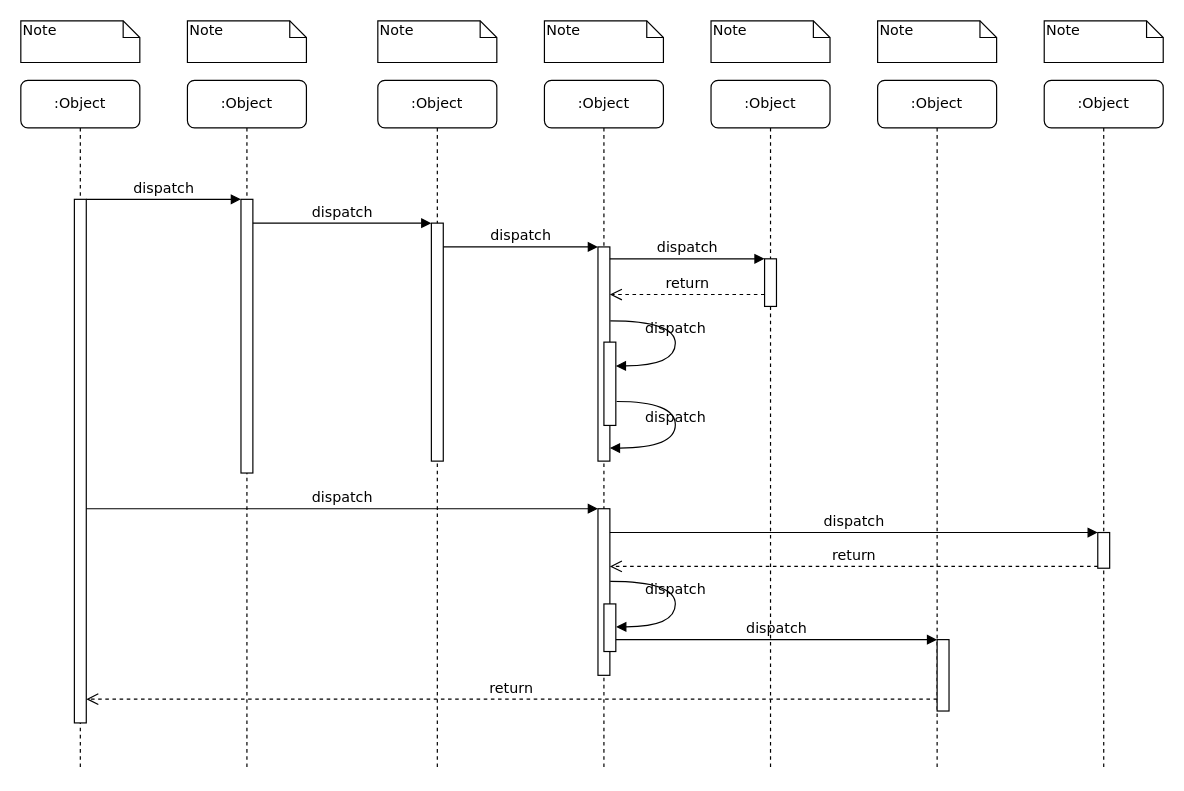
Above: draw_io/amt-dsl-usecase001-sequence.drawio in developer-max-mule/developer-max-mule (draw.io), before the change. Source tidied: cells renumbered, new cells numbered last; positions are measured from the earlier drawing's top-left corner, leaving out a move shared by most shapes. Both pictures are drawn from the tidied source at 119%, with x=0, y=0 at pixel (20, 20).
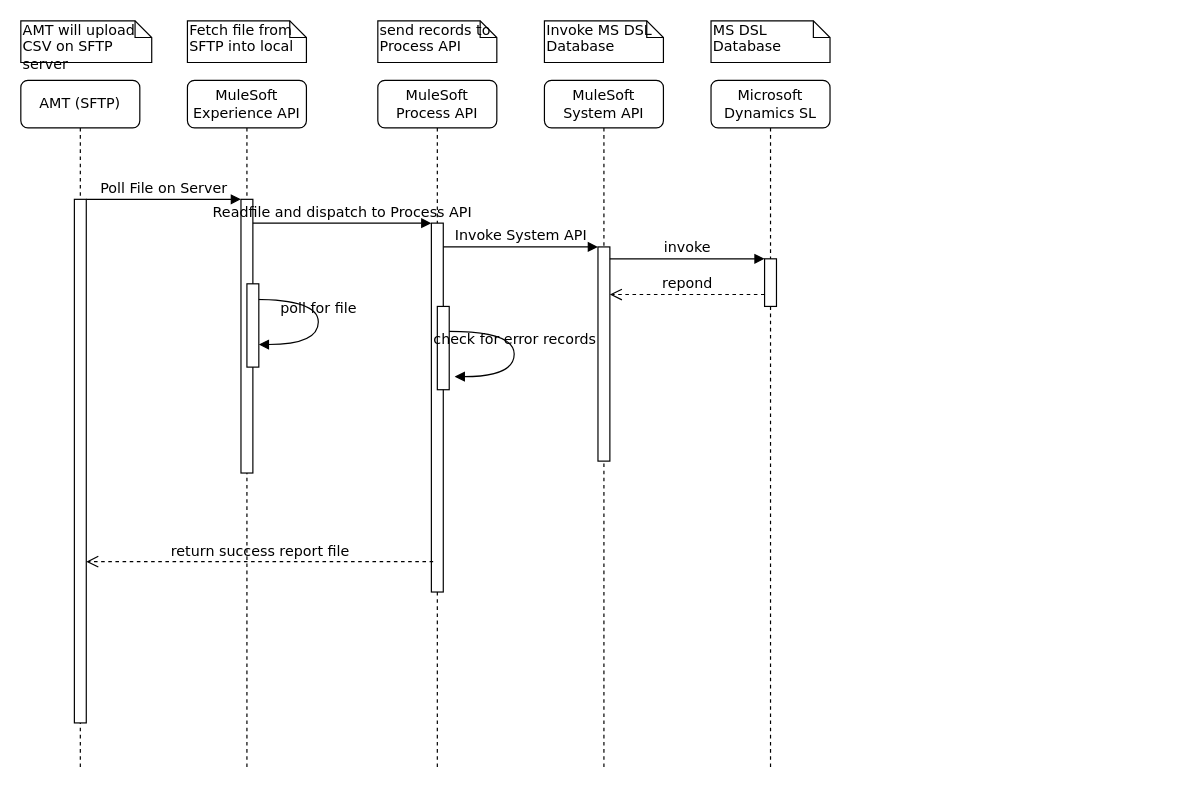
Above is the later version.

The change refers to these unchanged cells:
```xml
<mxCell id="3" style="html=1;points=[];perimeter=orthogonalPerimeter;rounded=0;shadow=0;comic=0;labelBackgroundColor=none;strokeWidth=1;fontFamily=Verdana;fontSize=12;align=center;" parent="2" vertex="1">
  <mxGeometry x="45" y="100" width="10" height="230" as="geometry" />
</mxCell>
<mxCell id="11" style="html=1;points=[];perimeter=orthogonalPerimeter;rounded=0;shadow=0;comic=0;labelBackgroundColor=none;strokeWidth=1;fontFamily=Verdana;fontSize=12;align=center;" parent="10" vertex="1">
  <mxGeometry x="45" y="100" width="10" height="440" as="geometry" />
</mxCell>
<mxCell id="12" style="html=1;points=[];perimeter=orthogonalPerimeter;rounded=0;shadow=0;comic=0;labelBackgroundColor=none;strokeWidth=1;fontFamily=Verdana;fontSize=12;align=center;" parent="1" vertex="1">
  <mxGeometry x="485" y="190" width="10" height="180" as="geometry" />
</mxCell>
<mxCell id="14" style="html=1;points=[];perimeter=orthogonalPerimeter;rounded=0;shadow=0;comic=0;labelBackgroundColor=none;strokeWidth=1;fontFamily=Verdana;fontSize=12;align=center;" parent="1" vertex="1">
  <mxGeometry x="625" y="200" width="10" height="40" as="geometry" />
</mxCell>
```

Diff of the diagram source:
```diff
@@
-    <mxCell id="2" value=":Object" style="shape=umlLifeline;perimeter=lifelinePerimeter;whiteSpace=wrap;html=1;rounded=1;shadow=0;comic=0;labelBackgroundColor=none;strokeWidth=1;fontFamily=Verdana;fontSize=12;align=center;" parent="1" vertex="1">
+    <mxCell id="2" value="MuleSoft Experience API" style="shape=umlLifeline;perimeter=lifelinePerimeter;whiteSpace=wrap;html=1;rounded=1;shadow=0;comic=0;labelBackgroundColor=none;strokeWidth=1;fontFamily=Verdana;fontSize=12;align=center;" parent="1" vertex="1">
       <mxGeometry x="140" y="50" width="100" height="580" as="geometry" />
     </mxCell>
@@
-    <mxCell id="4" value=":Object" style="shape=umlLifeline;perimeter=lifelinePerimeter;whiteSpace=wrap;html=1;rounded=1;shadow=0;comic=0;labelBackgroundColor=none;strokeWidth=1;fontFamily=Verdana;fontSize=12;align=center;" parent="1" vertex="1">
+    <mxCell id="4" value="MuleSoft Process API" style="shape=umlLifeline;perimeter=lifelinePerimeter;whiteSpace=wrap;html=1;rounded=1;shadow=0;comic=0;labelBackgroundColor=none;strokeWidth=1;fontFamily=Verdana;fontSize=12;align=center;" parent="1" vertex="1">
       <mxGeometry x="300" y="50" width="100" height="580" as="geometry" />
     </mxCell>
     <mxCell id="5" style="html=1;points=[];perimeter=orthogonalPerimeter;rounded=0;shadow=0;comic=0;labelBackgroundColor=none;strokeWidth=1;fontFamily=Verdana;fontSize=12;align=center;" parent="4" vertex="1">
-      <mxGeometry x="45" y="120" width="10" height="200" as="geometry" />
+      <mxGeometry x="45" y="120" width="10" height="310" as="geometry" />
     </mxCell>
-    <mxCell id="6" value=":Object" style="shape=umlLifeline;perimeter=lifelinePerimeter;whiteSpace=wrap;html=1;rounded=1;shadow=0;comic=0;labelBackgroundColor=none;strokeWidth=1;fontFamily=Verdana;fontSize=12;align=center;" parent="1" vertex="1">
+    <mxCell id="6" value="MuleSoft System API" style="shape=umlLifeline;perimeter=lifelinePerimeter;whiteSpace=wrap;html=1;rounded=1;shadow=0;comic=0;labelBackgroundColor=none;strokeWidth=1;fontFamily=Verdana;fontSize=12;align=center;" parent="1" vertex="1">
       <mxGeometry x="440" y="50" width="100" height="580" as="geometry" />
     </mxCell>
-    <mxCell id="7" value=":Object" style="shape=umlLifeline;perimeter=lifelinePerimeter;whiteSpace=wrap;html=1;rounded=1;shadow=0;comic=0;labelBackgroundColor=none;strokeWidth=1;fontFamily=Verdana;fontSize=12;align=center;" parent="1" vertex="1">
+    <mxCell id="7" value="Microsoft Dynamics SL" style="shape=umlLifeline;perimeter=lifelinePerimeter;whiteSpace=wrap;html=1;rounded=1;shadow=0;comic=0;labelBackgroundColor=none;strokeWidth=1;fontFamily=Verdana;fontSize=12;align=center;" parent="1" vertex="1">
       <mxGeometry x="580" y="50" width="100" height="580" as="geometry" />
     </mxCell>
-    <mxCell id="8" value=":Object" style="shape=umlLifeline;perimeter=lifelinePerimeter;whiteSpace=wrap;html=1;rounded=1;shadow=0;comic=0;labelBackgroundColor=none;strokeWidth=1;fontFamily=Verdana;fontSize=12;align=center;" parent="1" vertex="1">
-      <mxGeometry x="720" y="50" width="100" height="580" as="geometry" />
-    </mxCell>
-    <mxCell id="9" value=":Object" style="shape=umlLifeline;perimeter=lifelinePerimeter;whiteSpace=wrap;html=1;rounded=1;shadow=0;comic=0;labelBackgroundColor=none;strokeWidth=1;fontFamily=Verdana;fontSize=12;align=center;" parent="1" vertex="1">
-      <mxGeometry x="860" y="50" width="100" height="580" as="geometry" />
-    </mxCell>
-    <mxCell id="10" value=":Object" style="shape=umlLifeline;perimeter=lifelinePerimeter;whiteSpace=wrap;html=1;rounded=1;shadow=0;comic=0;labelBackgroundColor=none;strokeWidth=1;fontFamily=Verdana;fontSize=12;align=center;" parent="1" vertex="1">
+    <mxCell id="10" value="AMT (SFTP)" style="shape=umlLifeline;perimeter=lifelinePerimeter;whiteSpace=wrap;html=1;rounded=1;shadow=0;comic=0;labelBackgroundColor=none;strokeWidth=1;fontFamily=Verdana;fontSize=12;align=center;" parent="1" vertex="1">
       <mxGeometry y="50" width="100" height="580" as="geometry" />
     </mxCell>
@@
-    <mxCell id="13" value="dispatch" style="html=1;verticalAlign=bottom;endArrow=block;labelBackgroundColor=none;fontFamily=Verdana;fontSize=12;edgeStyle=elbowEdgeStyle;elbow=vertical;" parent="1" edge="1" source="5" target="12">
+    <mxCell id="13" value="Invoke System API" style="html=1;verticalAlign=bottom;endArrow=block;labelBackgroundColor=none;fontFamily=Verdana;fontSize=12;edgeStyle=elbowEdgeStyle;elbow=vertical;" parent="1" edge="1" source="5" target="12">
       <mxGeometry relative="1" as="geometry">
         <Array as="points">
           <mxPoint x="360" y="190" />
         </Array>
       </mxGeometry>
     </mxCell>
@@
-    <mxCell id="15" value="dispatch" style="html=1;verticalAlign=bottom;endArrow=block;entryX=0;entryY=0;labelBackgroundColor=none;fontFamily=Verdana;fontSize=12;edgeStyle=elbowEdgeStyle;elbow=vertical;" parent="1" edge="1" source="12" target="14">
+    <mxCell id="15" value="invoke" style="html=1;verticalAlign=bottom;endArrow=block;entryX=0;entryY=0;labelBackgroundColor=none;fontFamily=Verdana;fontSize=12;edgeStyle=elbowEdgeStyle;elbow=vertical;" parent="1" edge="1" source="12" target="14">
       <mxGeometry relative="1" as="geometry" />
     </mxCell>
-    <mxCell id="16" value="return" style="html=1;verticalAlign=bottom;endArrow=open;dashed=1;endSize=8;labelBackgroundColor=none;fontFamily=Verdana;fontSize=12;edgeStyle=elbowEdgeStyle;elbow=vertical;" parent="1" edge="1" source="14" target="12">
+    <mxCell id="16" value="repond" style="html=1;verticalAlign=bottom;endArrow=open;dashed=1;endSize=8;labelBackgroundColor=none;fontFamily=Verdana;fontSize=12;edgeStyle=elbowEdgeStyle;elbow=vertical;" parent="1" edge="1" source="14" target="12">
       <mxGeometry relative="1" as="geometry">
         <Array as="points">
           <mxPoint x="570" y="230" />
           <mxPoint x="600" y="230" />
         </Array>
       </mxGeometry>
     </mxCell>
-    <mxCell id="17" style="html=1;points=[];perimeter=orthogonalPerimeter;rounded=0;shadow=0;comic=0;labelBackgroundColor=none;strokeWidth=1;fontFamily=Verdana;fontSize=12;align=center;" parent="1" vertex="1">
-      <mxGeometry x="485" y="410" width="10" height="140" as="geometry" />
-    </mxCell>
-    <mxCell id="18" value="dispatch" style="html=1;verticalAlign=bottom;endArrow=block;entryX=0;entryY=0;labelBackgroundColor=none;fontFamily=Verdana;fontSize=12;" parent="1" edge="1" source="11" target="17">
-      <mxGeometry relative="1" as="geometry" />
-    </mxCell>
-    <mxCell id="19" style="html=1;points=[];perimeter=orthogonalPerimeter;rounded=0;shadow=0;comic=0;labelBackgroundColor=none;strokeColor=#000000;strokeWidth=1;fillColor=#FFFFFF;fontFamily=Verdana;fontSize=12;fontColor=#000000;align=center;" parent="1" vertex="1">
-      <mxGeometry x="905" y="430" width="10" height="30" as="geometry" />
-    </mxCell>
-    <mxCell id="20" value="dispatch" style="html=1;verticalAlign=bottom;endArrow=block;entryX=0;entryY=0;labelBackgroundColor=none;fontFamily=Verdana;fontSize=12;" parent="1" edge="1" source="17" target="19">
-      <mxGeometry relative="1" as="geometry" />
-    </mxCell>
-    <mxCell id="21" value="return" style="html=1;verticalAlign=bottom;endArrow=open;dashed=1;endSize=8;exitX=0;exitY=0.95;labelBackgroundColor=none;fontFamily=Verdana;fontSize=12;" parent="1" edge="1" source="19" target="17">
-      <mxGeometry relative="1" as="geometry" />
+    <mxCell id="21" value="return success report file" style="html=1;verticalAlign=bottom;endArrow=open;dashed=1;endSize=8;labelBackgroundColor=none;fontFamily=Verdana;fontSize=12;" parent="1" edge="1">
+      <mxGeometry relative="1" as="geometry">
+        <mxPoint x="346.5" y="454.5" as="sourcePoint" />
+        <mxPoint x="55" y="454.5" as="targetPoint" />
+      </mxGeometry>
     </mxCell>
-    <mxCell id="22" style="html=1;points=[];perimeter=orthogonalPerimeter;rounded=0;shadow=0;comic=0;labelBackgroundColor=none;strokeWidth=1;fontFamily=Verdana;fontSize=12;align=center;" parent="1" vertex="1">
-      <mxGeometry x="770" y="520" width="10" height="60" as="geometry" />
-    </mxCell>
-    <mxCell id="23" value="dispatch" style="html=1;verticalAlign=bottom;endArrow=block;entryX=0;entryY=0;labelBackgroundColor=none;fontFamily=Verdana;fontSize=12;edgeStyle=elbowEdgeStyle;elbow=vertical;" parent="1" edge="1" source="30" target="22">
-      <mxGeometry relative="1" as="geometry" />
-    </mxCell>
-    <mxCell id="24" value="return" style="html=1;verticalAlign=bottom;endArrow=open;dashed=1;endSize=8;labelBackgroundColor=none;fontFamily=Verdana;fontSize=12;edgeStyle=elbowEdgeStyle;elbow=vertical;" parent="1" edge="1" source="22" target="11">
-      <mxGeometry relative="1" as="geometry">
-        <Array as="points">
-          <mxPoint x="470" y="570" />
-        </Array>
-      </mxGeometry>
-    </mxCell>
-    <mxCell id="25" value="dispatch" style="html=1;verticalAlign=bottom;endArrow=block;entryX=0;entryY=0;labelBackgroundColor=none;fontFamily=Verdana;fontSize=12;edgeStyle=elbowEdgeStyle;elbow=vertical;" parent="1" edge="1" source="11" target="3">
+    <mxCell id="25" value="Poll File on Server" style="html=1;verticalAlign=bottom;endArrow=block;entryX=0;entryY=0;labelBackgroundColor=none;fontFamily=Verdana;fontSize=12;edgeStyle=elbowEdgeStyle;elbow=vertical;" parent="1" edge="1" source="11" target="3">
       <mxGeometry relative="1" as="geometry" />
     </mxCell>
-    <mxCell id="26" value="dispatch" style="html=1;verticalAlign=bottom;endArrow=block;entryX=0;entryY=0;labelBackgroundColor=none;fontFamily=Verdana;fontSize=12;edgeStyle=elbowEdgeStyle;elbow=vertical;" parent="1" edge="1" source="3" target="5">
+    <mxCell id="26" value="Readfile and dispatch to Process API" style="html=1;verticalAlign=bottom;endArrow=block;entryX=0;entryY=0;labelBackgroundColor=none;fontFamily=Verdana;fontSize=12;edgeStyle=elbowEdgeStyle;elbow=vertical;" parent="1" edge="1" source="3" target="5">
       <mxGeometry relative="1" as="geometry" />
     </mxCell>
     <mxCell id="27" style="html=1;points=[];perimeter=orthogonalPerimeter;rounded=0;shadow=0;comic=0;labelBackgroundColor=none;strokeWidth=1;fontFamily=Verdana;fontSize=12;align=center;" parent="1" vertex="1">
-      <mxGeometry x="490" y="270" width="10" height="70" as="geometry" />
+      <mxGeometry x="350" y="240" width="10" height="70" as="geometry" />
     </mxCell>
-    <mxCell id="28" value="dispatch" style="html=1;verticalAlign=bottom;endArrow=block;labelBackgroundColor=none;fontFamily=Verdana;fontSize=12;elbow=vertical;edgeStyle=orthogonalEdgeStyle;curved=1;entryX=1;entryY=0.286;entryPerimeter=0;exitX=1.038;exitY=0.345;exitPerimeter=0;" parent="1" edge="1" source="12" target="27">
+    <mxCell id="28" value="poll for file" style="html=1;verticalAlign=bottom;endArrow=block;labelBackgroundColor=none;fontFamily=Verdana;fontSize=12;elbow=vertical;edgeStyle=orthogonalEdgeStyle;curved=1;entryX=1;entryY=0.286;entryPerimeter=0;exitX=1.038;exitY=0.345;exitPerimeter=0;" parent="1" edge="1">
       <mxGeometry relative="1" as="geometry">
+        <mxPoint x="195.4" y="234.1" as="sourcePoint" />
+        <mxPoint x="200" y="272" as="targetPoint" />
         <Array as="points">
-          <mxPoint x="550" y="252" />
-          <mxPoint x="550" y="290" />
+          <mxPoint x="250" y="234" />
+          <mxPoint x="250" y="272" />
         </Array>
       </mxGeometry>
     </mxCell>
-    <mxCell id="29" value="dispatch" style="html=1;verticalAlign=bottom;endArrow=block;labelBackgroundColor=none;fontFamily=Verdana;fontSize=12;elbow=vertical;edgeStyle=orthogonalEdgeStyle;curved=1;exitX=1.066;exitY=0.713;exitPerimeter=0;" parent="1" edge="1" source="27">
-      <mxGeometry relative="1" as="geometry">
-        <mxPoint x="495" y="359" as="targetPoint" />
-        <Array as="points">
-          <mxPoint x="550" y="320" />
-          <mxPoint x="550" y="359" />
-        </Array>
-      </mxGeometry>
-    </mxCell>
-    <mxCell id="30" style="html=1;points=[];perimeter=orthogonalPerimeter;rounded=0;shadow=0;comic=0;labelBackgroundColor=none;strokeWidth=1;fontFamily=Verdana;fontSize=12;align=center;" parent="1" vertex="1">
-      <mxGeometry x="490" y="490" width="10" height="40" as="geometry" />
-    </mxCell>
-    <mxCell id="31" value="dispatch" style="html=1;verticalAlign=bottom;endArrow=block;labelBackgroundColor=none;fontFamily=Verdana;fontSize=12;elbow=vertical;edgeStyle=orthogonalEdgeStyle;curved=1;entryX=1;entryY=0.286;entryPerimeter=0;exitX=1.038;exitY=0.345;exitPerimeter=0;" parent="1" edge="1">
-      <mxGeometry relative="1" as="geometry">
-        <mxPoint x="495.3" y="471" as="sourcePoint" />
-        <mxPoint x="500.3" y="509.3" as="targetPoint" />
-        <Array as="points">
-          <mxPoint x="550" y="471" />
-          <mxPoint x="550" y="509" />
-        </Array>
-      </mxGeometry>
-    </mxCell>
-    <mxCell id="32" value="Note" style="shape=note;whiteSpace=wrap;html=1;size=14;verticalAlign=top;align=left;spacingTop=-6;rounded=0;shadow=0;comic=0;labelBackgroundColor=none;strokeWidth=1;fontFamily=Verdana;fontSize=12;" parent="1" vertex="1">
-      <mxGeometry width="100" height="35" as="geometry" />
+    <mxCell id="32" value="AMT will upload CSV on SFTP server" style="shape=note;whiteSpace=wrap;html=1;size=14;verticalAlign=top;align=left;spacingTop=-6;rounded=0;shadow=0;comic=0;labelBackgroundColor=none;strokeWidth=1;fontFamily=Verdana;fontSize=12;" parent="1" vertex="1">
+      <mxGeometry width="110" height="35" as="geometry" />
     </mxCell>
-    <mxCell id="33" value="Note" style="shape=note;whiteSpace=wrap;html=1;size=14;verticalAlign=top;align=left;spacingTop=-6;rounded=0;shadow=0;comic=0;labelBackgroundColor=none;strokeWidth=1;fontFamily=Verdana;fontSize=12;" parent="1" vertex="1">
+    <mxCell id="33" value="Fetch file from SFTP into local" style="shape=note;whiteSpace=wrap;html=1;size=14;verticalAlign=top;align=left;spacingTop=-6;rounded=0;shadow=0;comic=0;labelBackgroundColor=none;strokeWidth=1;fontFamily=Verdana;fontSize=12;" parent="1" vertex="1">
       <mxGeometry x="140" width="100" height="35" as="geometry" />
     </mxCell>
-    <mxCell id="34" value="Note" style="shape=note;whiteSpace=wrap;html=1;size=14;verticalAlign=top;align=left;spacingTop=-6;rounded=0;shadow=0;comic=0;labelBackgroundColor=none;strokeWidth=1;fontFamily=Verdana;fontSize=12;" parent="1" vertex="1">
+    <mxCell id="34" value="send records to Process API" style="shape=note;whiteSpace=wrap;html=1;size=14;verticalAlign=top;align=left;spacingTop=-6;rounded=0;shadow=0;comic=0;labelBackgroundColor=none;strokeWidth=1;fontFamily=Verdana;fontSize=12;" parent="1" vertex="1">
       <mxGeometry x="300" width="100" height="35" as="geometry" />
     </mxCell>
-    <mxCell id="35" value="Note" style="shape=note;whiteSpace=wrap;html=1;size=14;verticalAlign=top;align=left;spacingTop=-6;rounded=0;shadow=0;comic=0;labelBackgroundColor=none;strokeWidth=1;fontFamily=Verdana;fontSize=12;" parent="1" vertex="1">
+    <mxCell id="35" value="Invoke MS DSL Database" style="shape=note;whiteSpace=wrap;html=1;size=14;verticalAlign=top;align=left;spacingTop=-6;rounded=0;shadow=0;comic=0;labelBackgroundColor=none;strokeWidth=1;fontFamily=Verdana;fontSize=12;" parent="1" vertex="1">
       <mxGeometry x="440" width="100" height="35" as="geometry" />
     </mxCell>
-    <mxCell id="36" value="Note" style="shape=note;whiteSpace=wrap;html=1;size=14;verticalAlign=top;align=left;spacingTop=-6;rounded=0;shadow=0;comic=0;labelBackgroundColor=none;strokeWidth=1;fontFamily=Verdana;fontSize=12;" parent="1" vertex="1">
+    <mxCell id="36" value="MS DSL Database&amp;nbsp;" style="shape=note;whiteSpace=wrap;html=1;size=14;verticalAlign=top;align=left;spacingTop=-6;rounded=0;shadow=0;comic=0;labelBackgroundColor=none;strokeWidth=1;fontFamily=Verdana;fontSize=12;" parent="1" vertex="1">
       <mxGeometry x="580" width="100" height="35" as="geometry" />
     </mxCell>
-    <mxCell id="37" value="Note" style="shape=note;whiteSpace=wrap;html=1;size=14;verticalAlign=top;align=left;spacingTop=-6;rounded=0;shadow=0;comic=0;labelBackgroundColor=none;strokeWidth=1;fontFamily=Verdana;fontSize=12;" parent="1" vertex="1">
-      <mxGeometry x="720" width="100" height="35" as="geometry" />
-    </mxCell>
-    <mxCell id="38" value="Note" style="shape=note;whiteSpace=wrap;html=1;size=14;verticalAlign=top;align=left;spacingTop=-6;rounded=0;shadow=0;comic=0;labelBackgroundColor=none;strokeWidth=1;fontFamily=Verdana;fontSize=12;" parent="1" vertex="1">
-      <mxGeometry x="860" width="100" height="35" as="geometry" />
-    </mxCell>
+    <mxCell id="39" style="html=1;perimeter=orthogonalPerimeter;rounded=0;shadow=0;comic=0;labelBackgroundColor=none;strokeWidth=1;fontFamily=Verdana;fontSize=12;align=center;" parent="1" vertex="1">
+      <mxGeometry x="190" y="221" width="10" height="70" as="geometry" />
+    </mxCell>
+    <mxCell id="40" value="check for error records" style="html=1;verticalAlign=bottom;endArrow=block;labelBackgroundColor=none;fontFamily=Verdana;fontSize=12;elbow=vertical;edgeStyle=orthogonalEdgeStyle;curved=1;entryX=1;entryY=0.286;entryPerimeter=0;exitX=1.038;exitY=0.345;exitPerimeter=0;" parent="1" edge="1">
+      <mxGeometry relative="1" as="geometry">
+        <mxPoint x="360" y="261" as="sourcePoint" />
+        <mxPoint x="364.6" y="299" as="targetPoint" />
+        <Array as="points">
+          <mxPoint x="414.6" y="260.9" />
+          <mxPoint x="414.6" y="298.9" />
+        </Array>
+      </mxGeometry>
+    </mxCell>
```
